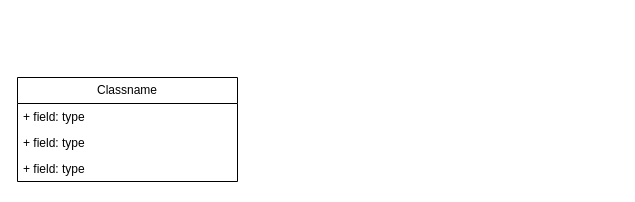
Gero-Gi/Cerebrix keeps this draw.io diagram as docs/Cerebrix.drawio. Above is the earlier version. Source tidied: cells renumbered, new cells numbered last; positions are measured from the earlier drawing's top-left corner, leaving out a move shared by most shapes. Both pictures are drawn from the tidied source at 100%, with x=0, y=0 at pixel (17, 77).
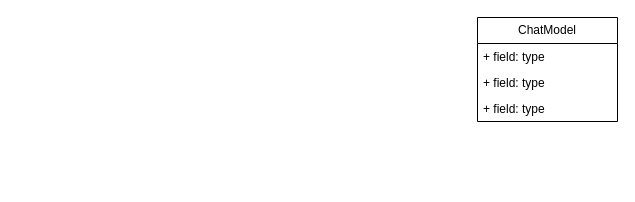
After the change.

Commit message (it also covers changes not shown here):
refactor(aimodels): rename ChatModel to LanguageModel for broader scope

What changed in the source:
```diff
@@
 <mxGraphModel>
   <root>
     <mxCell id="0" />
     <mxCell id="1" parent="0" />
-    <mxCell id="2" value="Classname" style="swimlane;fontStyle=0;horizontal=1;startSize=26;fillColor=none;whiteSpace=wrap;html=1;" parent="1" vertex="1">
-      <mxGeometry width="220" height="104" as="geometry" />
-    </mxCell>
-    <mxCell id="3" value="+ field: type" style="text;strokeColor=none;fillColor=none;align=left;verticalAlign=top;spacingLeft=4;spacingRight=4;overflow=hidden;whiteSpace=wrap;html=1;" parent="2" vertex="1">
-      <mxGeometry y="26" width="220" height="26" as="geometry" />
-    </mxCell>
-    <mxCell id="4" value="+ field: type" style="text;strokeColor=none;fillColor=none;align=left;verticalAlign=top;spacingLeft=4;spacingRight=4;overflow=hidden;whiteSpace=wrap;html=1;" parent="2" vertex="1">
-      <mxGeometry y="52" width="220" height="26" as="geometry" />
-    </mxCell>
-    <mxCell id="5" value="+ field: type" style="text;strokeColor=none;fillColor=none;align=left;verticalAlign=top;spacingLeft=4;spacingRight=4;overflow=hidden;whiteSpace=wrap;html=1;" parent="2" vertex="1">
-      <mxGeometry y="78" width="220" height="26" as="geometry" />
-    </mxCell>
+    <mxCell id="6" value="ChatModel" style="swimlane;fontStyle=0;horizontal=1;startSize=26;fillColor=none;whiteSpace=wrap;html=1;" parent="1" vertex="1">
+      <mxGeometry x="460" y="-60" width="140" height="104" as="geometry" />
+    </mxCell>
+    <mxCell id="7" value="+ field: type" style="text;strokeColor=none;fillColor=none;align=left;verticalAlign=top;spacingLeft=4;spacingRight=4;overflow=hidden;whiteSpace=wrap;html=1;" parent="6" vertex="1">
+      <mxGeometry y="26" width="140" height="26" as="geometry" />
+    </mxCell>
+    <mxCell id="8" value="+ field: type" style="text;strokeColor=none;fillColor=none;align=left;verticalAlign=top;spacingLeft=4;spacingRight=4;overflow=hidden;whiteSpace=wrap;html=1;" parent="6" vertex="1">
+      <mxGeometry y="52" width="140" height="26" as="geometry" />
+    </mxCell>
+    <mxCell id="9" value="+ field: type" style="text;strokeColor=none;fillColor=none;align=left;verticalAlign=top;spacingLeft=4;spacingRight=4;overflow=hidden;whiteSpace=wrap;html=1;" parent="6" vertex="1">
+      <mxGeometry y="78" width="140" height="26" as="geometry" />
+    </mxCell>
   </root>
 </mxGraphModel>
```
